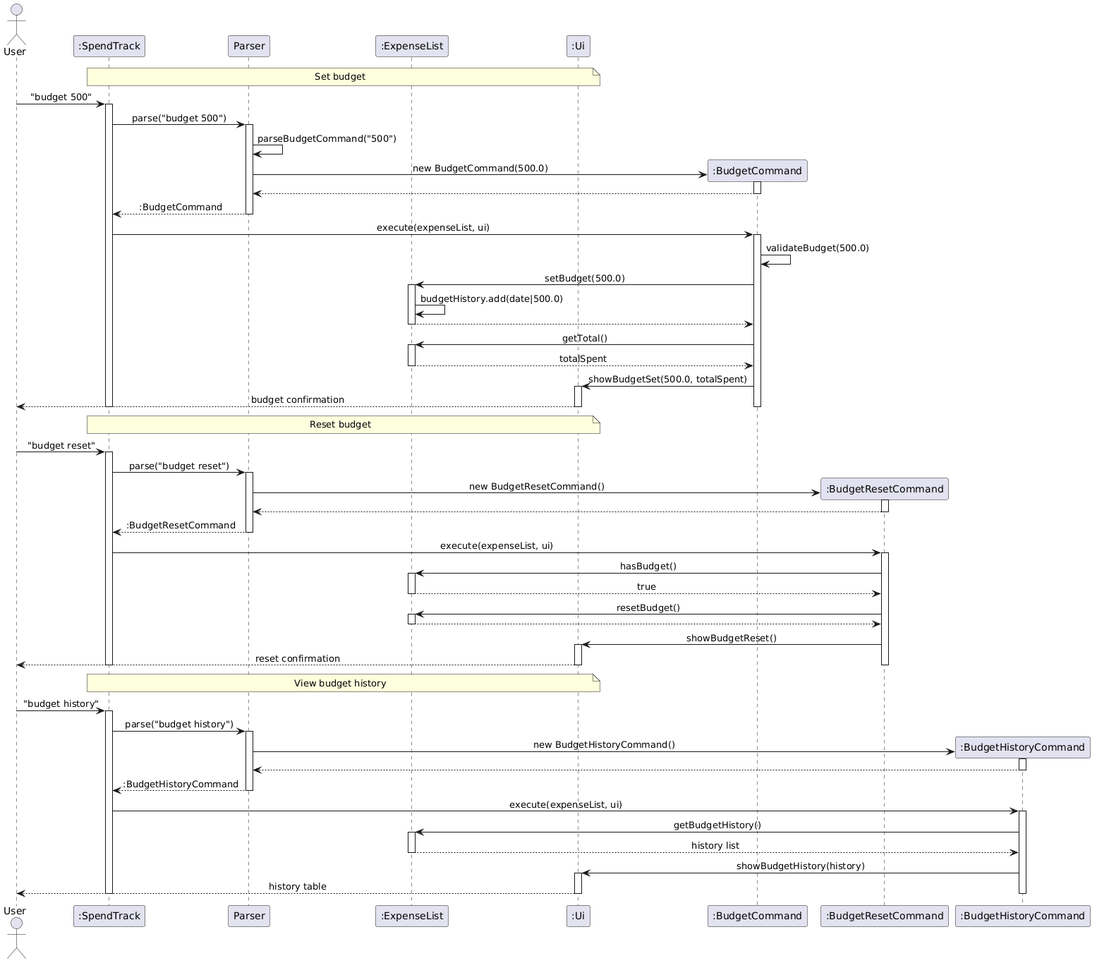
Earlier version of the PlantUML export docs/images/BudgetCommandSequence.png (AbhijitBalajee/tp).
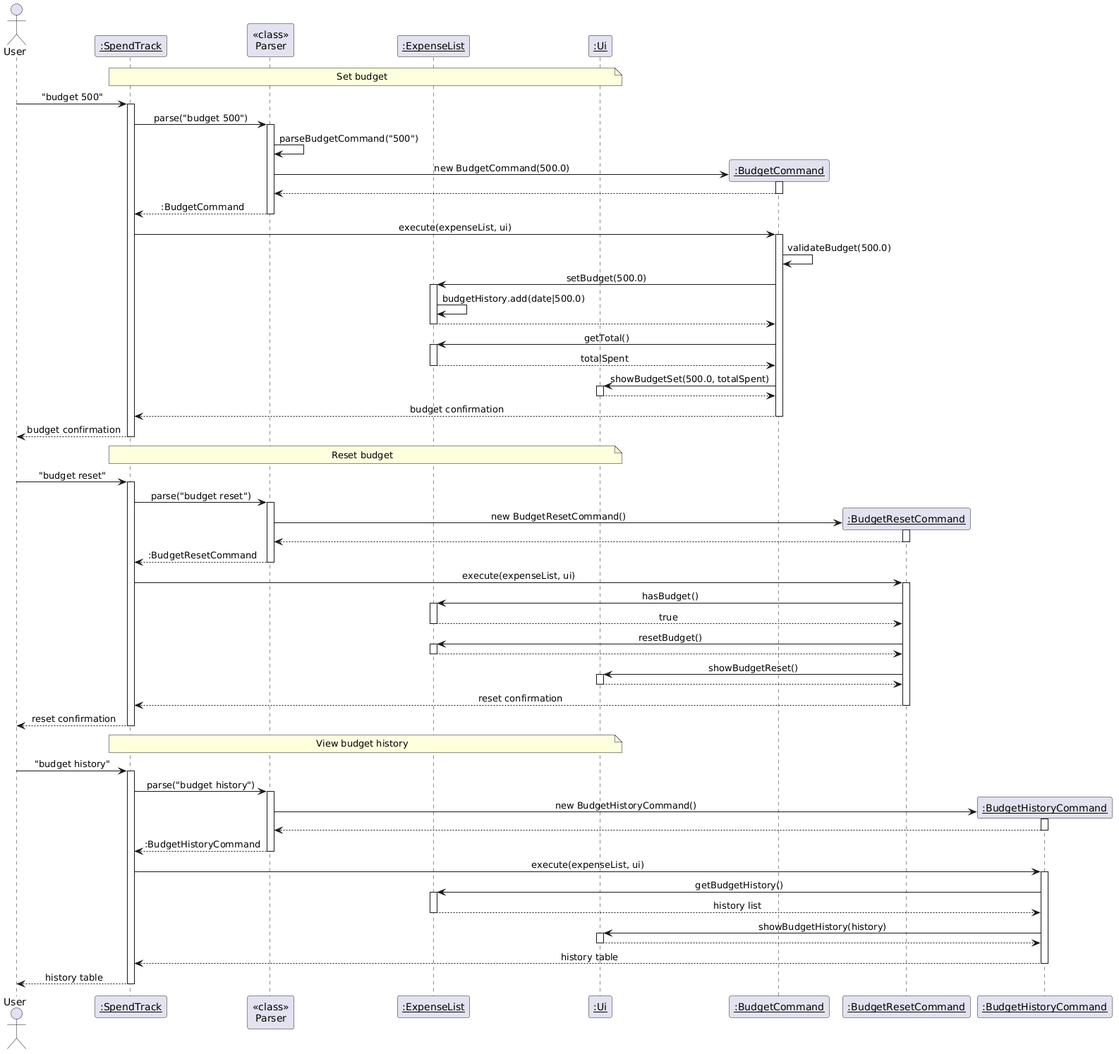
After the change.

Commit message:
fix: UML diagram notation issues in DG sequence and class diagrams

The edit, as a diff of the source:
```diff
@@ -4,10 +4,10 @@
 skinparam sequenceMessageAlign center
 
 actor User
-participant ":SpendTrack" as ST
-participant "Parser" as P
-participant ":ExpenseList" as EL
-participant ":Ui" as UI
+participant "<u>:SpendTrack</u>" as ST
+participant "<<class>>\nParser" as P
+participant "<u>:ExpenseList</u>" as EL
+participant "<u>:Ui</u>" as UI
 
 note over ST, UI : Set budget
 
@@ -17,7 +17,7 @@
 activate P
 P -> P : parseBudgetCommand("500")
 
-create participant ":BudgetCommand" as BC
+create participant "<u>:BudgetCommand</u>" as BC
 P -> BC : new BudgetCommand(500.0)
 activate BC
 BC --> P
@@ -40,9 +40,11 @@
 deactivate EL
 BC -> UI : showBudgetSet(500.0, totalSpent)
 activate UI
-UI --> User : budget confirmation
+UI --> BC
 deactivate UI
+BC --> ST : budget confirmation
 deactivate BC
+ST --> User : budget confirmation
 deactivate ST
 
 note over ST, UI : Reset budget
@@ -52,7 +54,7 @@
 ST -> P : parse("budget reset")
 activate P
 
-create participant ":BudgetResetCommand" as BRC
+create participant "<u>:BudgetResetCommand</u>" as BRC
 P -> BRC : new BudgetResetCommand()
 activate BRC
 BRC --> P
@@ -73,9 +75,11 @@
 deactivate EL
 BRC -> UI : showBudgetReset()
 activate UI
-UI --> User : reset confirmation
+UI --> BRC
 deactivate UI
+BRC --> ST : reset confirmation
 deactivate BRC
+ST --> User : reset confirmation
 deactivate ST
 
 note over ST, UI : View budget history
@@ -85,7 +89,7 @@
 ST -> P : parse("budget history")
 activate P
 
-create participant ":BudgetHistoryCommand" as BHC
+create participant "<u>:BudgetHistoryCommand</u>" as BHC
 P -> BHC : new BudgetHistoryCommand()
 activate BHC
 BHC --> P
@@ -102,8 +106,10 @@
 deactivate EL
 BHC -> UI : showBudgetHistory(history)
 activate UI
-UI --> User : history table
+UI --> BHC
 deactivate UI
+BHC --> ST : history table
 deactivate BHC
+ST --> User : history table
 deactivate ST
 @enduml
```
